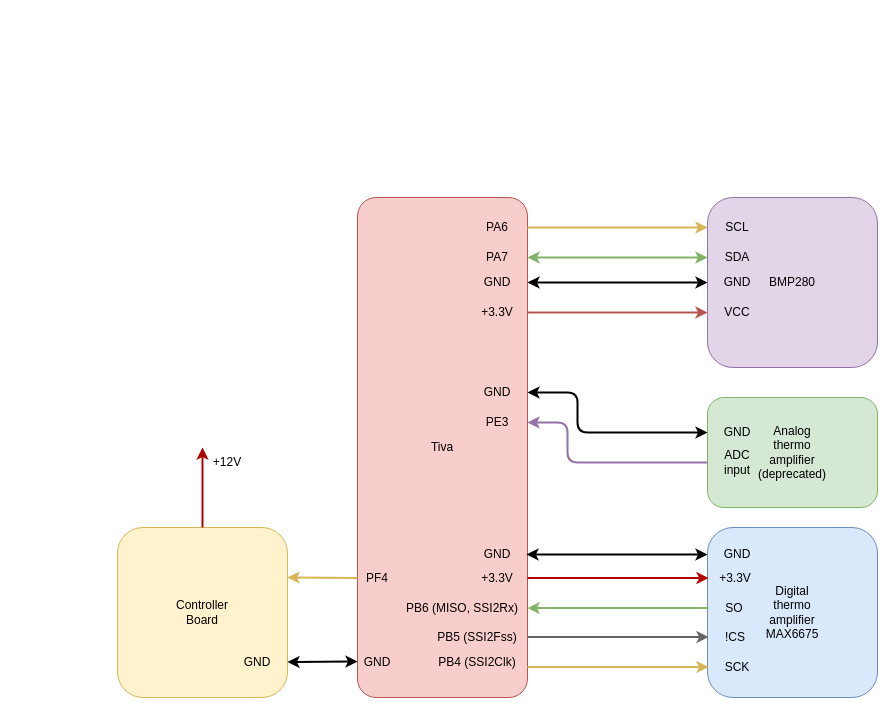
The draw.io diagram blockdiagram_overview.drawio in pfrapp/reflow-oven, before the edit. Source tidied: cells renumbered, new cells numbered last; positions are measured from the earlier drawing's top-left corner, leaving out a move shared by most shapes. Both pictures are drawn from the tidied source at 100%, with x=0, y=0 at pixel (117, 197).
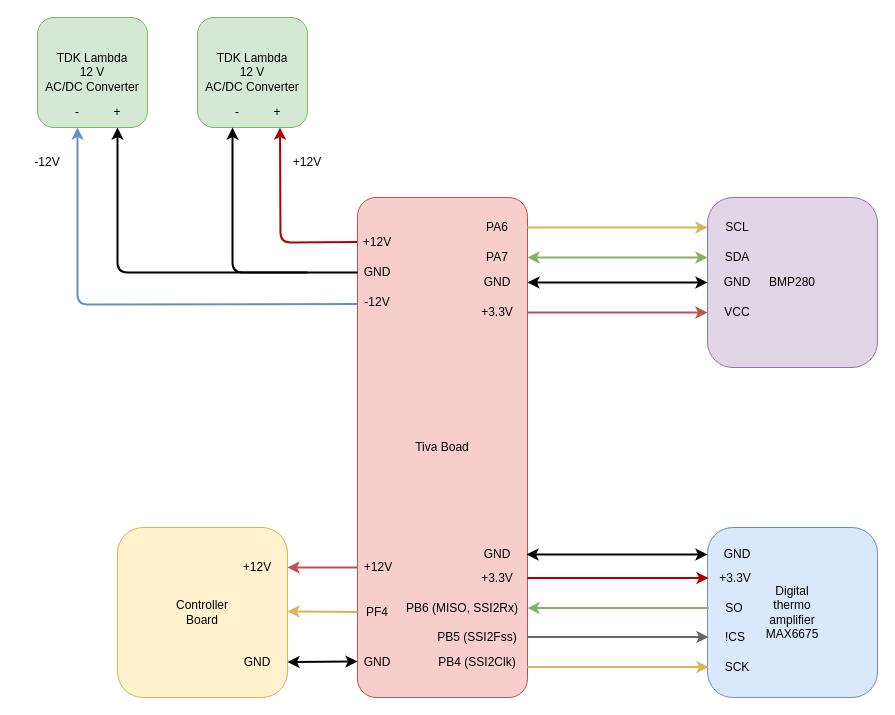
The same page after the edit.

Commit message (it also covers changes not shown here):
Updated block diagram

The change refers to these unchanged cells:
```xml
<mxCell id="36" value="Controller&lt;br&gt;Board" style="rounded=1;whiteSpace=wrap;html=1;fillColor=#fff2cc;strokeColor=#d6b656;" parent="1" vertex="1">
  <mxGeometry y="330" width="170" height="170" as="geometry" />
</mxCell>
```

What changed in the source:
```diff
@@
-    <mxCell id="2" value="Tiva" style="rounded=1;whiteSpace=wrap;html=1;arcSize=11;fillColor=#f8cecc;strokeColor=#b85450;" parent="1" vertex="1">
+    <mxCell id="2" value="Tiva Boad" style="rounded=1;whiteSpace=wrap;html=1;arcSize=11;fillColor=#f8cecc;strokeColor=#b85450;" parent="1" vertex="1">
       <mxGeometry x="240" width="170" height="500" as="geometry" />
     </mxCell>
@@
-    <mxCell id="4" value="Analog&lt;br&gt;thermo&lt;br&gt;amplifier&lt;br&gt;(deprecated)" style="rounded=1;whiteSpace=wrap;html=1;fillColor=#d5e8d4;strokeColor=#82b366;" parent="1" vertex="1">
-      <mxGeometry x="590" y="200" width="170" height="110" as="geometry" />
-    </mxCell>
@@
-    <mxCell id="15" style="edgeStyle=none;html=1;exitX=1;exitY=0.5;exitDx=0;exitDy=0;entryX=0;entryY=0.5;entryDx=0;entryDy=0;startArrow=classic;startFill=1;strokeWidth=2;" parent="1" edge="1" source="16" target="19">
-      <mxGeometry relative="1" as="geometry">
-        <Array as="points">
-          <mxPoint x="460" y="195" />
-          <mxPoint x="460" y="235" />
-        </Array>
-      </mxGeometry>
-    </mxCell>
-    <mxCell id="16" value="GND" style="text;html=1;strokeColor=none;fillColor=none;align=center;verticalAlign=middle;whiteSpace=wrap;rounded=0;" parent="1" vertex="1">
-      <mxGeometry x="350" y="180" width="60" height="30" as="geometry" />
-    </mxCell>
-    <mxCell id="17" style="edgeStyle=none;html=1;exitX=1;exitY=0.5;exitDx=0;exitDy=0;entryX=0;entryY=0.5;entryDx=0;entryDy=0;startArrow=classic;startFill=1;endArrow=none;endFill=0;fillColor=#e1d5e7;strokeColor=#9673a6;strokeWidth=2;" parent="1" edge="1" source="18" target="20">
-      <mxGeometry relative="1" as="geometry">
-        <Array as="points">
-          <mxPoint x="450" y="225" />
-          <mxPoint x="450" y="265" />
-        </Array>
-      </mxGeometry>
-    </mxCell>
-    <mxCell id="18" value="PE3" style="text;html=1;strokeColor=none;fillColor=none;align=center;verticalAlign=middle;whiteSpace=wrap;rounded=0;" parent="1" vertex="1">
-      <mxGeometry x="350" y="210" width="60" height="30" as="geometry" />
-    </mxCell>
-    <mxCell id="19" value="GND" style="text;html=1;strokeColor=none;fillColor=none;align=center;verticalAlign=middle;whiteSpace=wrap;rounded=0;" parent="1" vertex="1">
-      <mxGeometry x="590" y="220" width="60" height="30" as="geometry" />
-    </mxCell>
-    <mxCell id="20" value="ADC&lt;br&gt;input" style="text;html=1;strokeColor=none;fillColor=none;align=center;verticalAlign=middle;whiteSpace=wrap;rounded=0;" parent="1" vertex="1">
-      <mxGeometry x="590" y="250" width="60" height="30" as="geometry" />
-    </mxCell>
@@
     <mxCell id="41" value="PF4" style="text;html=1;strokeColor=none;fillColor=none;align=center;verticalAlign=middle;whiteSpace=wrap;rounded=0;" parent="1" vertex="1">
-      <mxGeometry x="230" y="366" width="60" height="30" as="geometry" />
+      <mxGeometry x="230" y="400" width="60" height="30" as="geometry" />
     </mxCell>
-    <mxCell id="42" style="edgeStyle=none;html=1;endArrow=none;endFill=0;startArrow=classic;startFill=1;strokeWidth=2;fillColor=#e51400;strokeColor=#B20000;entryX=0.5;entryY=0;entryDx=0;entryDy=0;" parent="1" edge="1" target="36">
+    <mxCell id="42" style="edgeStyle=none;html=1;endArrow=none;endFill=0;startArrow=classic;startFill=1;strokeWidth=2;fillColor=#e51400;strokeColor=#B20000;entryX=-0.003;entryY=0.089;entryDx=0;entryDy=0;entryPerimeter=0;exitX=0.75;exitY=1;exitDx=0;exitDy=0;" parent="1" edge="1" source="49" target="2">
       <mxGeometry relative="1" as="geometry">
-        <mxPoint x="85" y="250" as="sourcePoint" />
+        <Array as="points">
+          <mxPoint x="163" y="45" />
+        </Array>
       </mxGeometry>
     </mxCell>
     <mxCell id="43" value="+12V" style="text;html=1;strokeColor=none;fillColor=none;align=center;verticalAlign=middle;whiteSpace=wrap;rounded=0;" parent="1" vertex="1">
-      <mxGeometry x="80" y="250" width="60" height="30" as="geometry" />
+      <mxGeometry x="160" y="-50" width="60" height="30" as="geometry" />
     </mxCell>
-    <mxCell id="44" style="edgeStyle=none;html=1;exitX=0;exitY=0.5;exitDx=0;exitDy=0;endArrow=classic;endFill=1;startArrow=none;startFill=0;strokeWidth=2;fillColor=#fff2cc;strokeColor=#d6b656;entryX=1;entryY=0.294;entryDx=0;entryDy=0;entryPerimeter=0;" parent="1" edge="1" target="36">
+    <mxCell id="44" style="edgeStyle=none;html=1;exitX=0;exitY=0.5;exitDx=0;exitDy=0;endArrow=classic;endFill=1;startArrow=none;startFill=0;strokeWidth=2;fillColor=#fff2cc;strokeColor=#d6b656;entryX=1;entryY=0.294;entryDx=0;entryDy=0;entryPerimeter=0;" parent="1" edge="1">
       <mxGeometry relative="1" as="geometry">
-        <mxPoint x="240" y="380.5" as="sourcePoint" />
+        <mxPoint x="240" y="414.5" as="sourcePoint" />
+        <mxPoint x="170" y="414" as="targetPoint" />
       </mxGeometry>
     </mxCell>
@@
+    <mxCell id="47" value="TDK Lambda&lt;br&gt;12 V&lt;br&gt;AC/DC Converter" style="rounded=1;whiteSpace=wrap;html=1;fillColor=#d5e8d4;strokeColor=#82b366;" parent="1" vertex="1">
+      <mxGeometry x="-80" y="-180" width="110" height="110" as="geometry" />
+    </mxCell>
+    <mxCell id="48" value="GND" style="text;html=1;strokeColor=none;fillColor=none;align=center;verticalAlign=middle;whiteSpace=wrap;rounded=0;" parent="1" vertex="1">
+      <mxGeometry x="230" y="60" width="60" height="30" as="geometry" />
+    </mxCell>
+    <mxCell id="49" value="TDK Lambda&lt;br&gt;12 V&lt;br&gt;AC/DC Converter" style="rounded=1;whiteSpace=wrap;html=1;fillColor=#d5e8d4;strokeColor=#82b366;" parent="1" vertex="1">
+      <mxGeometry x="80" y="-180" width="110" height="110" as="geometry" />
+    </mxCell>
+    <mxCell id="50" value="+12V" style="text;html=1;strokeColor=none;fillColor=none;align=center;verticalAlign=middle;whiteSpace=wrap;rounded=0;" parent="1" vertex="1">
+      <mxGeometry x="230" y="30" width="60" height="30" as="geometry" />
+    </mxCell>
+    <mxCell id="51" value="-12V" style="text;html=1;strokeColor=none;fillColor=none;align=center;verticalAlign=middle;whiteSpace=wrap;rounded=0;" parent="1" vertex="1">
+      <mxGeometry x="230" y="90" width="60" height="30" as="geometry" />
+    </mxCell>
+    <mxCell id="52" value="+" style="text;html=1;strokeColor=none;fillColor=none;align=center;verticalAlign=middle;whiteSpace=wrap;rounded=0;" parent="1" vertex="1">
+      <mxGeometry x="150" y="-100" width="20" height="30" as="geometry" />
+    </mxCell>
+    <mxCell id="53" value="-" style="text;html=1;strokeColor=none;fillColor=none;align=center;verticalAlign=middle;whiteSpace=wrap;rounded=0;" parent="1" vertex="1">
+      <mxGeometry x="110" y="-100" width="20" height="30" as="geometry" />
+    </mxCell>
+    <mxCell id="54" style="endArrow=classic;html=1;entryX=0.25;entryY=1;entryDx=0;entryDy=0;exitX=0.001;exitY=0.15;exitDx=0;exitDy=0;exitPerimeter=0;strokeWidth=2;" parent="1" edge="1" source="2" target="53">
+      <mxGeometry relative="1" as="geometry">
+        <Array as="points">
+          <mxPoint x="115" y="75" />
+        </Array>
+      </mxGeometry>
+    </mxCell>
+    <mxCell id="55" value="-" style="text;html=1;strokeColor=none;fillColor=none;align=center;verticalAlign=middle;whiteSpace=wrap;rounded=0;" parent="1" vertex="1">
+      <mxGeometry x="-50" y="-100" width="20" height="30" as="geometry" />
+    </mxCell>
+    <mxCell id="56" value="+" style="text;html=1;strokeColor=none;fillColor=none;align=center;verticalAlign=middle;whiteSpace=wrap;rounded=0;" parent="1" vertex="1">
+      <mxGeometry x="-10" y="-100" width="20" height="30" as="geometry" />
+    </mxCell>
+    <mxCell id="57" style="endArrow=classic;html=1;strokeWidth=2;fillColor=#dae8fc;strokeColor=#6c8ebf;entryX=0.5;entryY=1;entryDx=0;entryDy=0;exitX=-0.003;exitY=0.213;exitDx=0;exitDy=0;exitPerimeter=0;" parent="1" edge="1" source="2" target="55">
+      <mxGeometry relative="1" as="geometry">
+        <Array as="points">
+          <mxPoint x="-40" y="107" />
+        </Array>
+      </mxGeometry>
+    </mxCell>
+    <mxCell id="58" style="edgeStyle=none;html=1;strokeWidth=2;entryX=0.5;entryY=1;entryDx=0;entryDy=0;" parent="1" edge="1" target="56">
+      <mxGeometry relative="1" as="geometry">
+        <mxPoint x="190" y="75" as="sourcePoint" />
+        <Array as="points">
+          <mxPoint y="75" />
+        </Array>
+      </mxGeometry>
+    </mxCell>
+    <mxCell id="59" value="-12V" style="text;html=1;strokeColor=none;fillColor=none;align=center;verticalAlign=middle;whiteSpace=wrap;rounded=0;" parent="1" vertex="1">
+      <mxGeometry x="-100" y="-50" width="60" height="30" as="geometry" />
+    </mxCell>
+    <mxCell id="60" style="endArrow=classic;html=1;strokeWidth=2;fillColor=#f8cecc;strokeColor=#b85450;exitX=-0.001;exitY=0.74;exitDx=0;exitDy=0;exitPerimeter=0;" parent="1" edge="1" source="2">
+      <mxGeometry relative="1" as="geometry">
+        <mxPoint x="170" y="370" as="targetPoint" />
+      </mxGeometry>
+    </mxCell>
+    <mxCell id="61" value="+12V" style="text;html=1;strokeColor=none;fillColor=none;align=center;verticalAlign=middle;whiteSpace=wrap;rounded=0;" parent="1" vertex="1">
+      <mxGeometry x="231" y="355" width="60" height="30" as="geometry" />
+    </mxCell>
+    <mxCell id="62" value="+12V" style="text;html=1;strokeColor=none;fillColor=none;align=center;verticalAlign=middle;whiteSpace=wrap;rounded=0;" parent="1" vertex="1">
+      <mxGeometry x="110" y="355" width="60" height="30" as="geometry" />
+    </mxCell>
```
